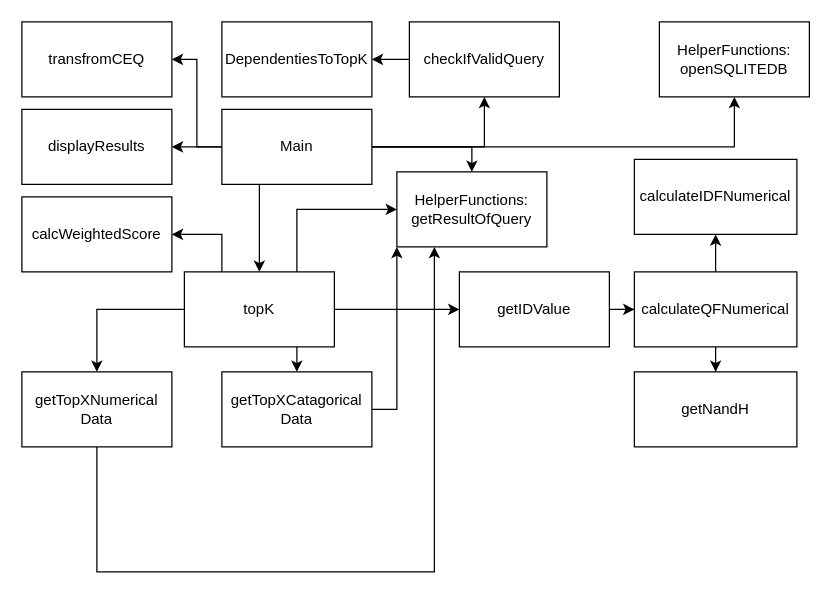
This is functionDiagram.drawio from WilfriedSn/INFODAR_assignment_1, a draw.io file, before an edit. Source tidied: cells renumbered, new cells numbered last; positions are measured from the earlier drawing's top-left corner, leaving out a move shared by most shapes. Both pictures are drawn from the tidied source at 125%, with x=0, y=0 at pixel (21, 21).
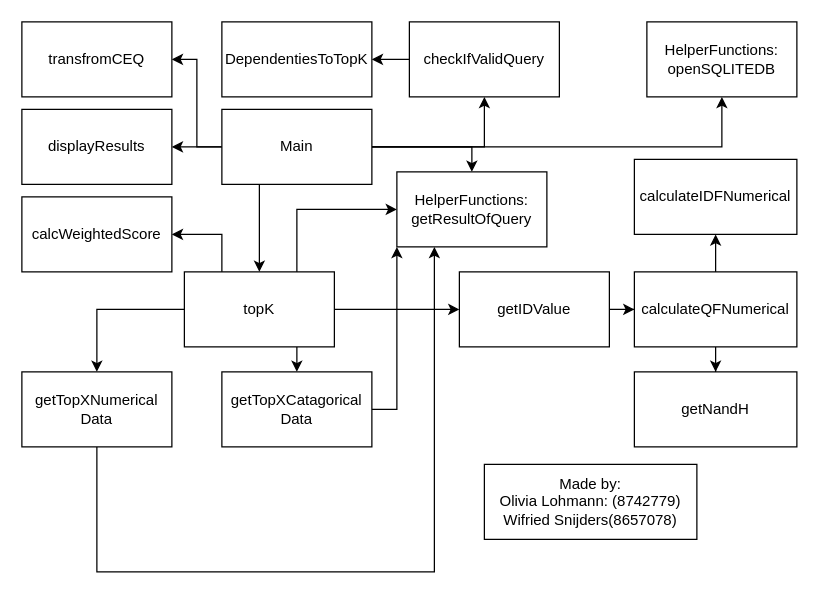
Above is the later version.

Commit message:
updated class diagrma

The edit, as a diff of the source:
```diff
@@
     <mxCell id="32" value="HelperFunctions:&lt;br&gt;openSQLITEDB" style="rounded=0;whiteSpace=wrap;html=1;" parent="1" vertex="1">
-      <mxGeometry x="510" width="120" height="60" as="geometry" />
+      <mxGeometry x="500" width="120" height="60" as="geometry" />
     </mxCell>
@@
+    <mxCell id="34" value="&lt;div&gt;Made by:&lt;/div&gt;&lt;div&gt;Olivia Lohmann: (8742779)&lt;/div&gt;&lt;div&gt;Wifried Snijders(8657078)&lt;/div&gt;" style="rounded=0;whiteSpace=wrap;html=1;" parent="1" vertex="1">
+      <mxGeometry x="370" y="354" width="170" height="60" as="geometry" />
+    </mxCell>
```
